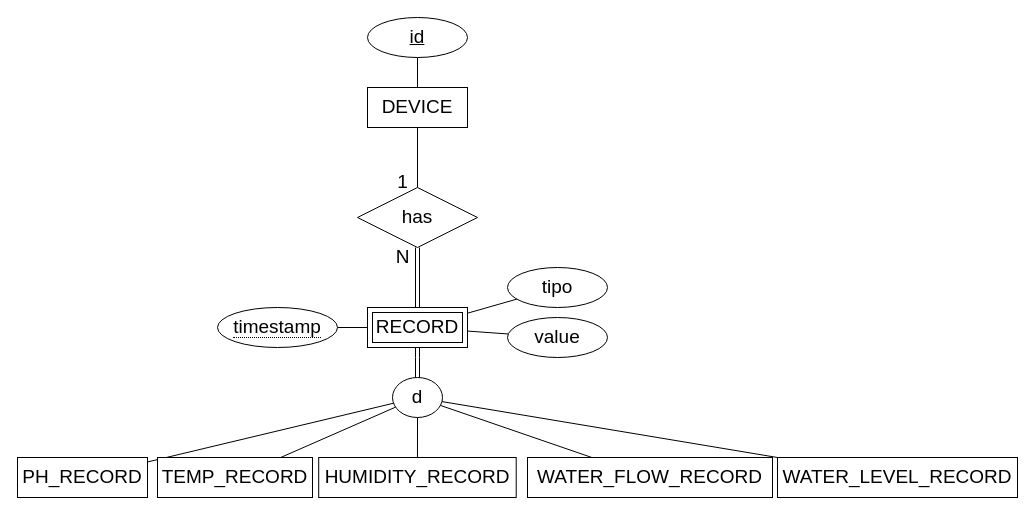
MiguelRocha2001/PS-Monitor-IoT-System keeps this draw.io diagram as Diagrams/InfluxDB-diagram.drawio. Above is the earlier version. Source tidied: cells renumbered, new cells numbered last; positions are measured from the earlier drawing's top-left corner, leaving out a move shared by most shapes. Both pictures are drawn from the tidied source at 100%, with x=0, y=0 at pixel (17, 17).
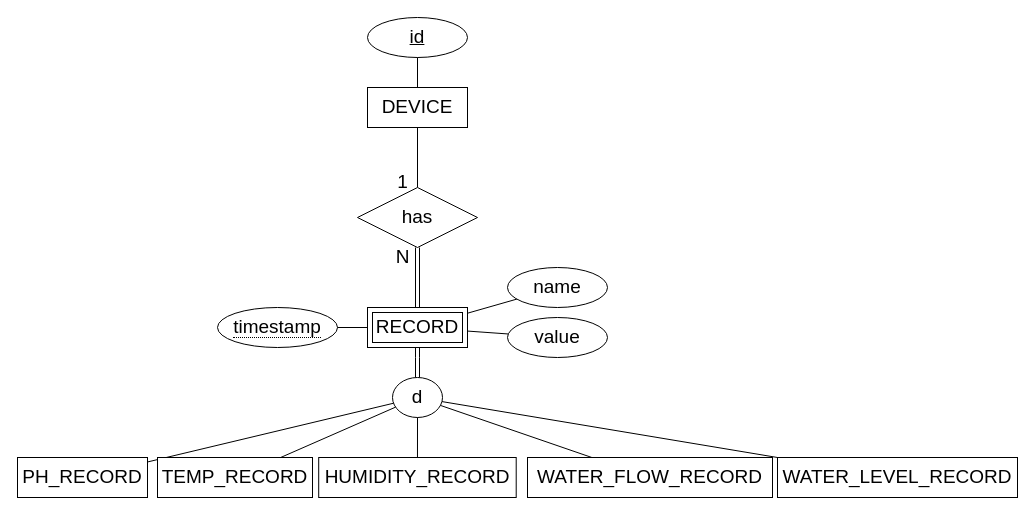
After the change.

Diff of the diagram source:
```diff
@@
-    <mxCell id="19" value="tipo" style="ellipse;whiteSpace=wrap;html=1;align=center;fontSize=19;" parent="1" vertex="1">
+    <mxCell id="19" value="name" style="ellipse;whiteSpace=wrap;html=1;align=center;fontSize=19;" parent="1" vertex="1">
       <mxGeometry x="490" y="250" width="100" height="40" as="geometry" />
     </mxCell>
```
